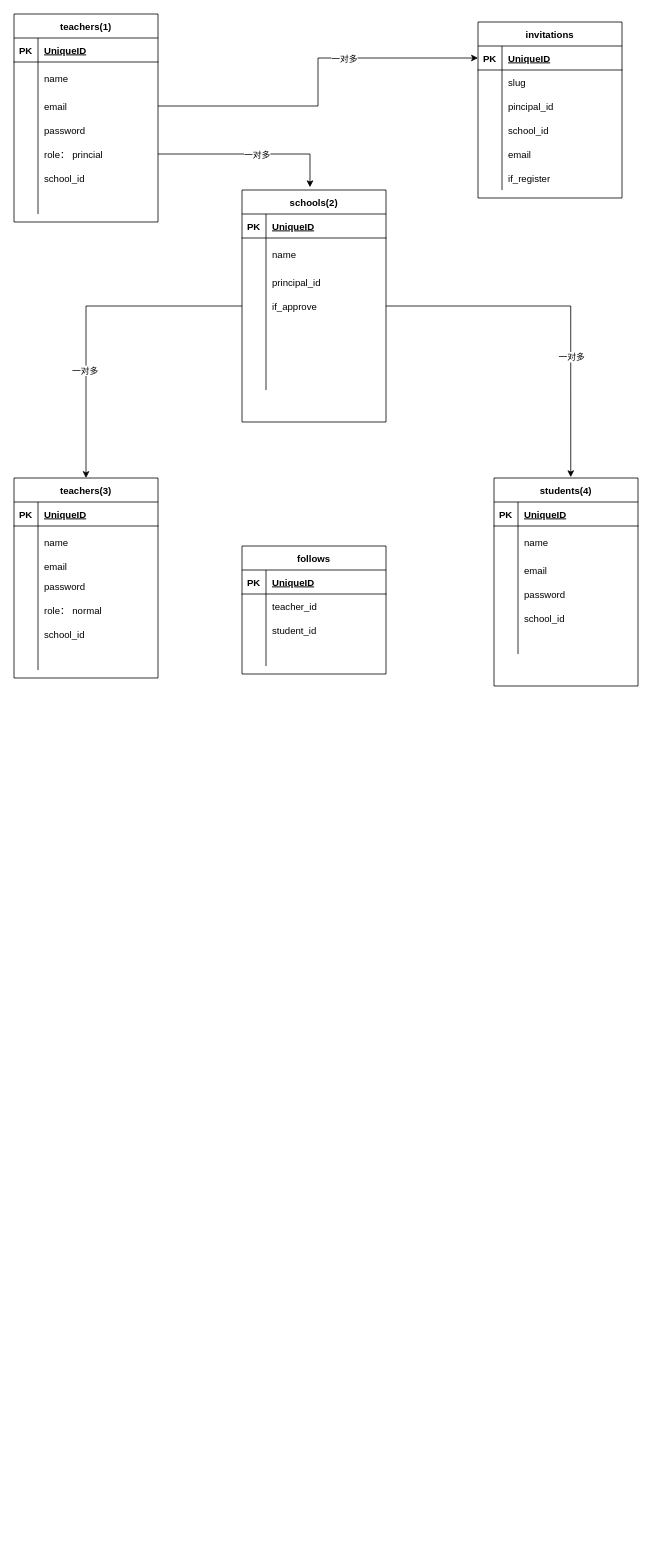
smartymoon/edu keeps this draw.io diagram as Edo.drawio. Above is the earlier version. Source tidied: cells renumbered, new cells numbered last; positions are measured from the earlier drawing's top-left corner, leaving out a move shared by most shapes. Both pictures are drawn from the tidied source at 80%, with x=0, y=0 at pixel (14, 14).
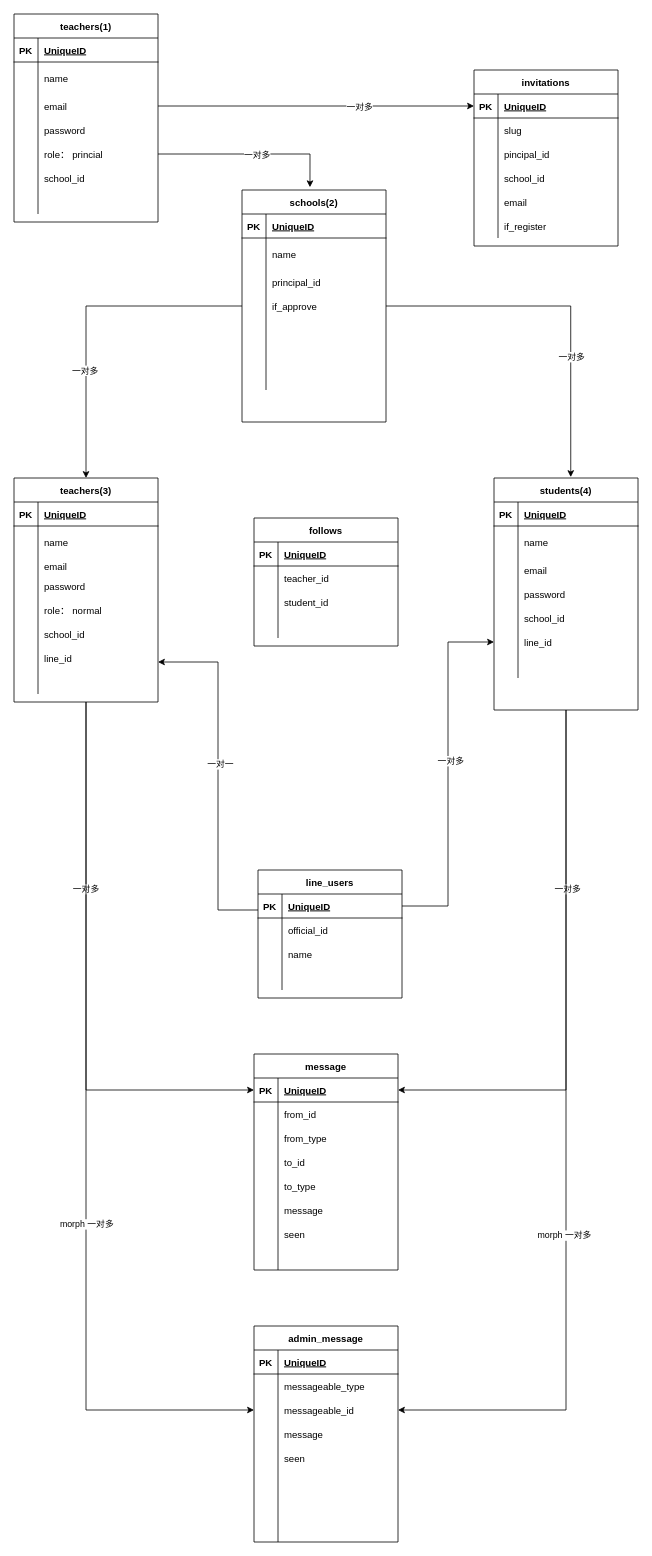
The same page after the edit.

Change to the diagram source:
```diff
@@
+    <mxCell id="127" style="edgeStyle=orthogonalEdgeStyle;rounded=0;jettySize=auto;html=1;entryX=0;entryY=0.5;entryDx=0;entryDy=0;" parent="1" edge="1" source="2" target="159">
+      <mxGeometry relative="1" as="geometry" />
+    </mxCell>
+    <mxCell id="128" value="一对多" style="edgeLabel;html=1;align=center;verticalAlign=middle;" parent="127" vertex="1">
+      <mxGeometry x="-0.33" y="-1" relative="1" as="geometry" />
+    </mxCell>
+    <mxCell id="129" style="edgeStyle=orthogonalEdgeStyle;rounded=0;jettySize=auto;html=1;entryX=0;entryY=0.5;entryDx=0;entryDy=0;" parent="1" edge="1" source="2" target="190">
+      <mxGeometry relative="1" as="geometry" />
+    </mxCell>
+    <mxCell id="130" value="morph 一对多" style="edgeLabel;html=1;align=center;verticalAlign=middle;" parent="129" vertex="1">
+      <mxGeometry x="0.19" relative="1" as="geometry" />
+    </mxCell>
     <mxCell id="2" value="teachers(3)" style="shape=table;startSize=30;childLayout=tableLayout;rowLines=0;fontStyle=1;align=center;" parent="1" vertex="1">
-      <mxGeometry y="580" width="180" height="250" as="geometry" />
+      <mxGeometry y="580" width="180" height="280" as="geometry" />
     </mxCell>
@@
+    <mxCell id="131" style="shape=partialRectangle;fillColor=none;top=0;left=0;bottom=0;right=0;points=[[0,0.5],[1,0.5]];portConstraint=eastwest;" parent="2" vertex="1">
+      <mxGeometry y="210" width="180" height="30" as="geometry" />
+    </mxCell>
+    <mxCell id="132" style="shape=partialRectangle;fillColor=none;top=0;left=0;bottom=0;right=0;overflow=hidden;" parent="131" vertex="1">
+      <mxGeometry width="30" height="30" as="geometry" />
+    </mxCell>
+    <mxCell id="133" value="line_id" style="shape=partialRectangle;fillColor=none;top=0;left=0;bottom=0;right=0;align=left;spacingLeft=6;overflow=hidden;" parent="131" vertex="1">
+      <mxGeometry x="30" width="150" height="30" as="geometry" />
+    </mxCell>
     <mxCell id="21" style="shape=partialRectangle;fillColor=none;top=0;left=0;bottom=0;right=0;" parent="2" vertex="1">
-      <mxGeometry y="210" width="180" height="30" as="geometry" />
+      <mxGeometry y="240" width="180" height="30" as="geometry" />
     </mxCell>
@@
+    <mxCell id="134" style="edgeStyle=orthogonalEdgeStyle;rounded=0;jettySize=auto;html=1;entryX=1;entryY=0.5;entryDx=0;entryDy=0;" parent="1" edge="1" source="24" target="159">
+      <mxGeometry relative="1" as="geometry" />
+    </mxCell>
+    <mxCell id="135" value="一对多" style="edgeLabel;html=1;align=center;verticalAlign=middle;" parent="134" vertex="1">
+      <mxGeometry x="-0.35" y="1" relative="1" as="geometry" />
+    </mxCell>
+    <mxCell id="136" style="edgeStyle=orthogonalEdgeStyle;rounded=0;jettySize=auto;html=1;entryX=1;entryY=0.5;entryDx=0;entryDy=0;" parent="1" edge="1" source="24" target="190">
+      <mxGeometry relative="1" as="geometry" />
+    </mxCell>
+    <mxCell id="137" value="morph 一对多" style="edgeLabel;html=1;align=center;verticalAlign=middle;" parent="136" vertex="1">
+      <mxGeometry x="0.21" y="-3" relative="1" as="geometry" />
+    </mxCell>
     <mxCell id="24" value="students(4)" style="shape=table;startSize=30;childLayout=tableLayout;rowLines=0;fontStyle=1;align=center;" parent="1" vertex="1">
-      <mxGeometry x="600" y="580" width="180" height="260" as="geometry" />
+      <mxGeometry x="600" y="580" width="180" height="290" as="geometry" />
     </mxCell>
@@
+    <mxCell id="138" style="shape=partialRectangle;fillColor=none;top=0;left=0;bottom=0;right=0;points=[[0,0.5],[1,0.5]];portConstraint=eastwest;" parent="24" vertex="1">
+      <mxGeometry y="190" width="180" height="30" as="geometry" />
+    </mxCell>
+    <mxCell id="139" style="shape=partialRectangle;fillColor=none;top=0;left=0;bottom=0;right=0;overflow=hidden;" parent="138" vertex="1">
+      <mxGeometry width="30" height="30" as="geometry" />
+    </mxCell>
+    <mxCell id="140" value="line_id" style="shape=partialRectangle;fillColor=none;top=0;left=0;bottom=0;right=0;align=left;spacingLeft=6;overflow=hidden;" parent="138" vertex="1">
+      <mxGeometry x="30" width="150" height="30" as="geometry" />
+    </mxCell>
     <mxCell id="40" style="shape=partialRectangle;fillColor=none;top=0;left=0;bottom=0;right=0;" parent="24" vertex="1">
-      <mxGeometry y="190" width="180" height="30" as="geometry" />
+      <mxGeometry y="220" width="180" height="30" as="geometry" />
     </mxCell>
@@
     <mxCell id="93" value="invitations" style="shape=table;startSize=30;childLayout=tableLayout;rowLines=0;fontStyle=1;align=center;" parent="1" vertex="1">
-      <mxGeometry x="580" y="10" width="180" height="220" as="geometry" />
+      <mxGeometry x="575" y="70" width="180" height="220" as="geometry" />
     </mxCell>
@@
     <mxCell id="114" value="follows" style="shape=table;startSize=30;childLayout=tableLayout;rowLines=0;fontStyle=1;align=center;" parent="1" vertex="1">
-      <mxGeometry x="285" y="665" width="180" height="160" as="geometry" />
+      <mxGeometry x="300" y="630" width="180" height="160" as="geometry" />
     </mxCell>
@@
+    <mxCell id="141" value="line_users" style="shape=table;startSize=30;childLayout=tableLayout;rowLines=0;fontStyle=1;align=center;" parent="1" vertex="1">
+      <mxGeometry x="305" y="1070" width="180" height="160" as="geometry" />
+    </mxCell>
+    <mxCell id="142" style="shape=partialRectangle;fillColor=none;top=0;left=0;bottom=1;right=0;points=[[0,0.5],[1,0.5]];portConstraint=eastwest;" parent="141" vertex="1">
+      <mxGeometry y="30" width="180" height="30" as="geometry" />
+    </mxCell>
+    <mxCell id="143" value="PK" style="shape=partialRectangle;fillColor=none;top=0;left=0;bottom=0;right=0;fontStyle=1;overflow=hidden;" parent="142" vertex="1">
+      <mxGeometry width="30" height="30" as="geometry" />
+    </mxCell>
+    <mxCell id="144" value="UniqueID" style="shape=partialRectangle;fillColor=none;top=0;left=0;bottom=0;right=0;align=left;spacingLeft=6;fontStyle=5;overflow=hidden;" parent="142" vertex="1">
+      <mxGeometry x="30" width="150" height="30" as="geometry" />
+    </mxCell>
+    <mxCell id="145" style="shape=partialRectangle;fillColor=none;top=0;left=0;bottom=0;right=0;" parent="141" vertex="1">
+      <mxGeometry y="60" width="180" height="30" as="geometry" />
+    </mxCell>
+    <mxCell id="146" style="shape=partialRectangle;fillColor=none;top=0;left=0;bottom=0;right=0;overflow=hidden;" parent="145" vertex="1">
+      <mxGeometry width="30" height="30" as="geometry" />
+    </mxCell>
+    <mxCell id="147" value="official_id" style="shape=partialRectangle;fillColor=none;top=0;left=0;bottom=0;right=0;align=left;spacingLeft=6;overflow=hidden;" parent="145" vertex="1">
+      <mxGeometry x="30" width="150" height="30" as="geometry" />
+    </mxCell>
+    <mxCell id="148" style="shape=partialRectangle;fillColor=none;top=0;left=0;bottom=0;right=0;" parent="141" vertex="1">
+      <mxGeometry y="90" width="180" height="30" as="geometry" />
+    </mxCell>
+    <mxCell id="149" style="shape=partialRectangle;fillColor=none;top=0;left=0;bottom=0;right=0;overflow=hidden;" parent="148" vertex="1">
+      <mxGeometry width="30" height="30" as="geometry" />
+    </mxCell>
+    <mxCell id="150" value="name" style="shape=partialRectangle;fillColor=none;top=0;left=0;bottom=0;right=0;align=left;spacingLeft=6;overflow=hidden;" parent="148" vertex="1">
+      <mxGeometry x="30" width="150" height="30" as="geometry" />
+    </mxCell>
+    <mxCell id="151" style="shape=partialRectangle;fillColor=none;top=0;left=0;bottom=0;right=0;" parent="141" vertex="1">
+      <mxGeometry y="120" width="180" height="30" as="geometry" />
+    </mxCell>
+    <mxCell id="152" style="shape=partialRectangle;fillColor=none;top=0;left=0;bottom=0;right=0;overflow=hidden;" parent="151" vertex="1">
+      <mxGeometry width="30" height="30" as="geometry" />
+    </mxCell>
+    <mxCell id="153" style="shape=partialRectangle;fillColor=none;top=0;left=0;bottom=0;right=0;align=left;spacingLeft=6;overflow=hidden;" parent="151" vertex="1">
+      <mxGeometry x="30" width="150" height="30" as="geometry" />
+    </mxCell>
+    <mxCell id="154" style="edgeStyle=orthogonalEdgeStyle;rounded=0;jettySize=auto;html=1;" parent="1" edge="1" source="141" target="131">
+      <mxGeometry relative="1" as="geometry">
+        <Array as="points">
+          <mxPoint x="255" y="1120" />
+          <mxPoint x="255" y="810" />
+        </Array>
+      </mxGeometry>
+    </mxCell>
+    <mxCell id="155" value="一对一" style="edgeLabel;html=1;align=center;verticalAlign=middle;" parent="154" vertex="1">
+      <mxGeometry x="0.07" y="-2" relative="1" as="geometry" />
+    </mxCell>
+    <mxCell id="156" style="edgeStyle=orthogonalEdgeStyle;rounded=0;jettySize=auto;html=1;exitX=1;exitY=0.5;exitDx=0;exitDy=0;" parent="1" edge="1" source="142" target="138">
+      <mxGeometry relative="1" as="geometry" />
+    </mxCell>
+    <mxCell id="157" value="一对多" style="edgeLabel;html=1;align=center;verticalAlign=middle;" parent="156" vertex="1">
+      <mxGeometry x="0.08" y="-2" relative="1" as="geometry">
+        <mxPoint x="1" y="1" as="offset" />
+      </mxGeometry>
+    </mxCell>
+    <mxCell id="158" value="message" style="shape=table;startSize=30;childLayout=tableLayout;rowLines=0;fontStyle=1;align=center;" parent="1" vertex="1">
+      <mxGeometry x="300" y="1300" width="180" height="270" as="geometry" />
+    </mxCell>
+    <mxCell id="159" style="shape=partialRectangle;fillColor=none;top=0;left=0;bottom=1;right=0;points=[[0,0.5],[1,0.5]];portConstraint=eastwest;" parent="158" vertex="1">
+      <mxGeometry y="30" width="180" height="30" as="geometry" />
+    </mxCell>
+    <mxCell id="160" value="PK" style="shape=partialRectangle;fillColor=none;top=0;left=0;bottom=0;right=0;fontStyle=1;overflow=hidden;" parent="159" vertex="1">
+      <mxGeometry width="30" height="30" as="geometry" />
+    </mxCell>
+    <mxCell id="161" value="UniqueID" style="shape=partialRectangle;fillColor=none;top=0;left=0;bottom=0;right=0;align=left;spacingLeft=6;fontStyle=5;overflow=hidden;" parent="159" vertex="1">
+      <mxGeometry x="30" width="150" height="30" as="geometry" />
+    </mxCell>
+    <mxCell id="162" style="shape=partialRectangle;fillColor=none;top=0;left=0;bottom=0;right=0;" parent="158" vertex="1">
+      <mxGeometry y="60" width="180" height="30" as="geometry" />
+    </mxCell>
+    <mxCell id="163" style="shape=partialRectangle;fillColor=none;top=0;left=0;bottom=0;right=0;overflow=hidden;" parent="162" vertex="1">
+      <mxGeometry width="30" height="30" as="geometry" />
+    </mxCell>
+    <mxCell id="164" value="from_id" style="shape=partialRectangle;fillColor=none;top=0;left=0;bottom=0;right=0;align=left;spacingLeft=6;overflow=hidden;" parent="162" vertex="1">
+      <mxGeometry x="30" width="150" height="30" as="geometry" />
+    </mxCell>
+    <mxCell id="165" style="shape=partialRectangle;fillColor=none;top=0;left=0;bottom=0;right=0;" parent="158" vertex="1">
+      <mxGeometry y="90" width="180" height="30" as="geometry" />
+    </mxCell>
+    <mxCell id="166" style="shape=partialRectangle;fillColor=none;top=0;left=0;bottom=0;right=0;overflow=hidden;" parent="165" vertex="1">
+      <mxGeometry width="30" height="30" as="geometry" />
+    </mxCell>
+    <mxCell id="167" value="from_type" style="shape=partialRectangle;fillColor=none;top=0;left=0;bottom=0;right=0;align=left;spacingLeft=6;overflow=hidden;" parent="165" vertex="1">
+      <mxGeometry x="30" width="150" height="30" as="geometry" />
+    </mxCell>
+    <mxCell id="168" style="shape=partialRectangle;fillColor=none;top=0;left=0;bottom=0;right=0;" parent="158" vertex="1">
+      <mxGeometry y="120" width="180" height="30" as="geometry" />
+    </mxCell>
+    <mxCell id="169" style="shape=partialRectangle;fillColor=none;top=0;left=0;bottom=0;right=0;overflow=hidden;" parent="168" vertex="1">
+      <mxGeometry width="30" height="30" as="geometry" />
+    </mxCell>
+    <mxCell id="170" value="to_id" style="shape=partialRectangle;fillColor=none;top=0;left=0;bottom=0;right=0;align=left;spacingLeft=6;overflow=hidden;" parent="168" vertex="1">
+      <mxGeometry x="30" width="150" height="30" as="geometry" />
+    </mxCell>
+    <mxCell id="171" style="shape=partialRectangle;fillColor=none;top=0;left=0;bottom=0;right=0;" parent="158" vertex="1">
+      <mxGeometry y="150" width="180" height="30" as="geometry" />
+    </mxCell>
+    <mxCell id="172" style="shape=partialRectangle;fillColor=none;top=0;left=0;bottom=0;right=0;overflow=hidden;" parent="171" vertex="1">
+      <mxGeometry width="30" height="30" as="geometry" />
+    </mxCell>
+    <mxCell id="173" value="to_type" style="shape=partialRectangle;fillColor=none;top=0;left=0;bottom=0;right=0;align=left;spacingLeft=6;overflow=hidden;" parent="171" vertex="1">
+      <mxGeometry x="30" width="150" height="30" as="geometry" />
+    </mxCell>
+    <mxCell id="174" style="shape=partialRectangle;fillColor=none;top=0;left=0;bottom=0;right=0;" parent="158" vertex="1">
+      <mxGeometry y="180" width="180" height="30" as="geometry" />
+    </mxCell>
+    <mxCell id="175" style="shape=partialRectangle;fillColor=none;top=0;left=0;bottom=0;right=0;overflow=hidden;" parent="174" vertex="1">
+      <mxGeometry width="30" height="30" as="geometry" />
+    </mxCell>
+    <mxCell id="176" value="message" style="shape=partialRectangle;fillColor=none;top=0;left=0;bottom=0;right=0;align=left;spacingLeft=6;overflow=hidden;" parent="174" vertex="1">
+      <mxGeometry x="30" width="150" height="30" as="geometry" />
+    </mxCell>
+    <mxCell id="177" style="shape=partialRectangle;fillColor=none;top=0;left=0;bottom=0;right=0;" parent="158" vertex="1">
+      <mxGeometry y="210" width="180" height="30" as="geometry" />
+    </mxCell>
+    <mxCell id="178" style="shape=partialRectangle;fillColor=none;top=0;left=0;bottom=0;right=0;overflow=hidden;" parent="177" vertex="1">
+      <mxGeometry width="30" height="30" as="geometry" />
+    </mxCell>
+    <mxCell id="179" value="seen" style="shape=partialRectangle;fillColor=none;top=0;left=0;bottom=0;right=0;align=left;spacingLeft=6;overflow=hidden;" parent="177" vertex="1">
+      <mxGeometry x="30" width="150" height="30" as="geometry" />
+    </mxCell>
+    <mxCell id="180" style="shape=partialRectangle;fillColor=none;top=0;left=0;bottom=0;right=0;" parent="158" vertex="1">
+      <mxGeometry y="240" width="180" height="30" as="geometry" />
+    </mxCell>
+    <mxCell id="181" style="shape=partialRectangle;fillColor=none;top=0;left=0;bottom=0;right=0;overflow=hidden;" parent="180" vertex="1">
+      <mxGeometry width="30" height="30" as="geometry" />
+    </mxCell>
+    <mxCell id="182" style="shape=partialRectangle;fillColor=none;top=0;left=0;bottom=0;right=0;align=left;spacingLeft=6;overflow=hidden;" parent="180" vertex="1">
+      <mxGeometry x="30" width="150" height="30" as="geometry" />
+    </mxCell>
+    <mxCell id="183" value="admin_message" style="shape=table;startSize=30;childLayout=tableLayout;rowLines=0;fontStyle=1;align=center;" parent="1" vertex="1">
+      <mxGeometry x="300" y="1640" width="180" height="270" as="geometry" />
+    </mxCell>
+    <mxCell id="184" style="shape=partialRectangle;fillColor=none;top=0;left=0;bottom=1;right=0;" parent="183" vertex="1">
+      <mxGeometry y="30" width="180" height="30" as="geometry" />
+    </mxCell>
+    <mxCell id="185" value="PK" style="shape=partialRectangle;fillColor=none;top=0;left=0;bottom=0;right=0;fontStyle=1;overflow=hidden;" parent="184" vertex="1">
+      <mxGeometry width="30" height="30" as="geometry" />
+    </mxCell>
+    <mxCell id="186" value="UniqueID" style="shape=partialRectangle;fillColor=none;top=0;left=0;bottom=0;right=0;align=left;spacingLeft=6;fontStyle=5;overflow=hidden;" parent="184" vertex="1">
+      <mxGeometry x="30" width="150" height="30" as="geometry" />
+    </mxCell>
+    <mxCell id="187" style="shape=partialRectangle;fillColor=none;top=0;left=0;bottom=0;right=0;" parent="183" vertex="1">
+      <mxGeometry y="60" width="180" height="30" as="geometry" />
+    </mxCell>
+    <mxCell id="188" style="shape=partialRectangle;fillColor=none;top=0;left=0;bottom=0;right=0;overflow=hidden;" parent="187" vertex="1">
+      <mxGeometry width="30" height="30" as="geometry" />
+    </mxCell>
+    <mxCell id="189" value="messageable_type" style="shape=partialRectangle;fillColor=none;top=0;left=0;bottom=0;right=0;align=left;spacingLeft=6;overflow=hidden;" parent="187" vertex="1">
+      <mxGeometry x="30" width="150" height="30" as="geometry" />
+    </mxCell>
+    <mxCell id="190" style="shape=partialRectangle;fillColor=none;top=0;left=0;bottom=0;right=0;points=[[0,0.5],[1,0.5]];portConstraint=eastwest;" parent="183" vertex="1">
+      <mxGeometry y="90" width="180" height="30" as="geometry" />
+    </mxCell>
+    <mxCell id="191" style="shape=partialRectangle;fillColor=none;top=0;left=0;bottom=0;right=0;overflow=hidden;" parent="190" vertex="1">
+      <mxGeometry width="30" height="30" as="geometry" />
+    </mxCell>
+    <mxCell id="192" value="messageable_id" style="shape=partialRectangle;fillColor=none;top=0;left=0;bottom=0;right=0;align=left;spacingLeft=6;overflow=hidden;" parent="190" vertex="1">
+      <mxGeometry x="30" width="150" height="30" as="geometry" />
+    </mxCell>
+    <mxCell id="193" style="shape=partialRectangle;fillColor=none;top=0;left=0;bottom=0;right=0;" parent="183" vertex="1">
+      <mxGeometry y="120" width="180" height="30" as="geometry" />
+    </mxCell>
+    <mxCell id="194" style="shape=partialRectangle;fillColor=none;top=0;left=0;bottom=0;right=0;overflow=hidden;" parent="193" vertex="1">
+      <mxGeometry width="30" height="30" as="geometry" />
+    </mxCell>
+    <mxCell id="195" value="message" style="shape=partialRectangle;fillColor=none;top=0;left=0;bottom=0;right=0;align=left;spacingLeft=6;overflow=hidden;" parent="193" vertex="1">
+      <mxGeometry x="30" width="150" height="30" as="geometry" />
+    </mxCell>
+    <mxCell id="196" style="shape=partialRectangle;fillColor=none;top=0;left=0;bottom=0;right=0;" parent="183" vertex="1">
+      <mxGeometry y="150" width="180" height="30" as="geometry" />
+    </mxCell>
+    <mxCell id="197" style="shape=partialRectangle;fillColor=none;top=0;left=0;bottom=0;right=0;overflow=hidden;" parent="196" vertex="1">
+      <mxGeometry width="30" height="30" as="geometry" />
+    </mxCell>
+    <mxCell id="198" value="seen" style="shape=partialRectangle;fillColor=none;top=0;left=0;bottom=0;right=0;align=left;spacingLeft=6;overflow=hidden;" parent="196" vertex="1">
+      <mxGeometry x="30" width="150" height="30" as="geometry" />
+    </mxCell>
+    <mxCell id="199" style="shape=partialRectangle;fillColor=none;top=0;left=0;bottom=0;right=0;" parent="183" vertex="1">
+      <mxGeometry y="180" width="180" height="30" as="geometry" />
+    </mxCell>
+    <mxCell id="200" style="shape=partialRectangle;fillColor=none;top=0;left=0;bottom=0;right=0;overflow=hidden;" parent="199" vertex="1">
+      <mxGeometry width="30" height="30" as="geometry" />
+    </mxCell>
+    <mxCell id="201" style="shape=partialRectangle;fillColor=none;top=0;left=0;bottom=0;right=0;align=left;spacingLeft=6;overflow=hidden;" parent="199" vertex="1">
+      <mxGeometry x="30" width="150" height="30" as="geometry" />
+    </mxCell>
+    <mxCell id="202" style="shape=partialRectangle;fillColor=none;top=0;left=0;bottom=0;right=0;" parent="183" vertex="1">
+      <mxGeometry y="210" width="180" height="30" as="geometry" />
+    </mxCell>
+    <mxCell id="203" style="shape=partialRectangle;fillColor=none;top=0;left=0;bottom=0;right=0;overflow=hidden;" parent="202" vertex="1">
+      <mxGeometry width="30" height="30" as="geometry" />
+    </mxCell>
+    <mxCell id="204" style="shape=partialRectangle;fillColor=none;top=0;left=0;bottom=0;right=0;align=left;spacingLeft=6;overflow=hidden;" parent="202" vertex="1">
+      <mxGeometry x="30" width="150" height="30" as="geometry" />
+    </mxCell>
+    <mxCell id="205" style="shape=partialRectangle;fillColor=none;top=0;left=0;bottom=0;right=0;" parent="183" vertex="1">
+      <mxGeometry y="240" width="180" height="30" as="geometry" />
+    </mxCell>
+    <mxCell id="206" style="shape=partialRectangle;fillColor=none;top=0;left=0;bottom=0;right=0;overflow=hidden;" parent="205" vertex="1">
+      <mxGeometry width="30" height="30" as="geometry" />
+    </mxCell>
+    <mxCell id="207" style="shape=partialRectangle;fillColor=none;top=0;left=0;bottom=0;right=0;align=left;spacingLeft=6;overflow=hidden;" parent="205" vertex="1">
+      <mxGeometry x="30" width="150" height="30" as="geometry" />
+    </mxCell>
```
